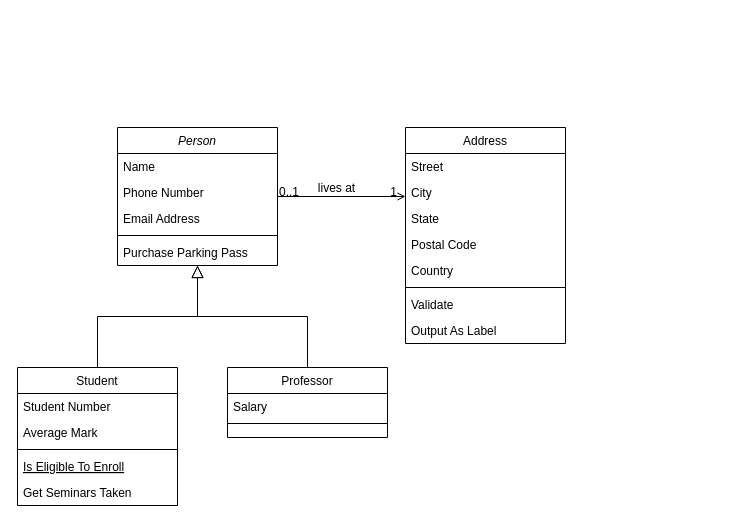
Earlier version of the draw.io diagram Diagrama sin título.drawio (ana-villalba/diagramaMER). Source tidied: cells renumbered, new cells numbered last; positions are measured from the earlier drawing's top-left corner, leaving out a move shared by most shapes. Both pictures are drawn from the tidied source at 100%, with x=0, y=0 at pixel (17, 127).
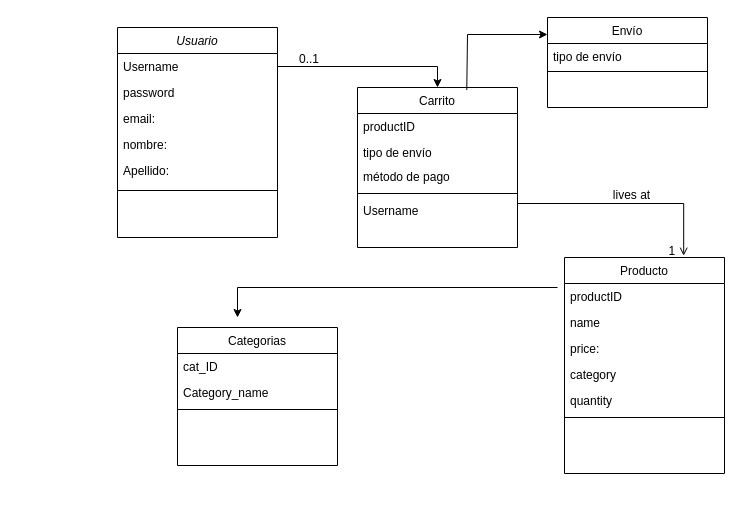
The same page after the edit.

Diff of the diagram source:
```diff
@@
-    <mxCell id="2" value="Person" style="swimlane;fontStyle=2;align=center;verticalAlign=top;horizontal=1;startSize=26;rounded=0;shadow=0;strokeWidth=1;" parent="1" vertex="1">
-      <mxGeometry x="100" width="160" height="138" as="geometry" />
+    <mxCell id="2" value="Usuario" style="swimlane;fontStyle=2;align=center;verticalAlign=top;horizontal=1;startSize=26;rounded=0;shadow=0;strokeWidth=1;" parent="1" vertex="1">
+      <mxGeometry x="100" y="-100" width="160" height="210" as="geometry" />
     </mxCell>
-    <mxCell id="3" value="Name" style="text;align=left;verticalAlign=top;spacingLeft=4;spacingRight=4;overflow=hidden;points=[[0,0.5],[1,0.5]];portConstraint=eastwest;" parent="2" vertex="1">
+    <mxCell id="3" value="Username" style="text;align=left;verticalAlign=top;spacingLeft=4;spacingRight=4;overflow=hidden;points=[[0,0.5],[1,0.5]];portConstraint=eastwest;" parent="2" vertex="1">
       <mxGeometry y="26" width="160" height="26" as="geometry" />
     </mxCell>
-    <mxCell id="4" value="Phone Number" style="text;align=left;verticalAlign=top;spacingLeft=4;spacingRight=4;overflow=hidden;rounded=0;shadow=0;html=0;" parent="2" vertex="1">
+    <mxCell id="4" value="password" style="text;align=left;verticalAlign=top;spacingLeft=4;spacingRight=4;overflow=hidden;rounded=0;shadow=0;html=0;" parent="2" vertex="1">
       <mxGeometry y="52" width="160" height="26" as="geometry" />
     </mxCell>
-    <mxCell id="5" value="Email Address" style="text;align=left;verticalAlign=top;spacingLeft=4;spacingRight=4;overflow=hidden;rounded=0;shadow=0;html=0;" parent="2" vertex="1">
-      <mxGeometry y="78" width="160" height="26" as="geometry" />
-    </mxCell>
+    <mxCell id="7" value="email:" style="text;align=left;verticalAlign=top;spacingLeft=4;spacingRight=4;overflow=hidden;" parent="2" vertex="1">
+      <mxGeometry y="78" width="160" height="26" as="geometry" />
+    </mxCell>
+    <mxCell id="32" value="nombre:" style="text;align=left;verticalAlign=top;spacingLeft=4;spacingRight=4;overflow=hidden;" parent="2" vertex="1">
+      <mxGeometry y="104" width="160" height="26" as="geometry" />
+    </mxCell>
+    <mxCell id="33" value="Apellido:" style="text;align=left;verticalAlign=top;spacingLeft=4;spacingRight=4;overflow=hidden;" parent="2" vertex="1">
+      <mxGeometry y="130" width="160" height="26" as="geometry" />
+    </mxCell>
     <mxCell id="6" style="line;html=1;strokeWidth=1;align=left;verticalAlign=middle;spacingTop=-1;spacingLeft=3;spacingRight=3;labelPosition=right;" parent="2" vertex="1">
-      <mxGeometry y="104" width="160" height="8" as="geometry" />
+      <mxGeometry y="156" width="160" height="14" as="geometry" />
     </mxCell>
-    <mxCell id="7" value="Purchase Parking Pass" style="text;align=left;verticalAlign=top;spacingLeft=4;spacingRight=4;overflow=hidden;" parent="2" vertex="1">
-      <mxGeometry y="112" width="160" height="26" as="geometry" />
-    </mxCell>
-    <mxCell id="8" value="Student" style="swimlane;fontStyle=0;align=center;verticalAlign=top;horizontal=1;startSize=26;rounded=0;shadow=0;strokeWidth=1;" parent="1" vertex="1">
-      <mxGeometry y="240" width="160" height="138" as="geometry" />
+    <mxCell id="8" value="Categorias" style="swimlane;fontStyle=0;align=center;verticalAlign=top;horizontal=1;startSize=26;rounded=0;shadow=0;strokeWidth=1;" parent="1" vertex="1">
+      <mxGeometry x="160" y="200" width="160" height="138" as="geometry" />
     </mxCell>
-    <mxCell id="9" value="Student Number" style="text;align=left;verticalAlign=top;spacingLeft=4;spacingRight=4;overflow=hidden;" parent="8" vertex="1">
+    <mxCell id="9" value="cat_ID" style="text;align=left;verticalAlign=top;spacingLeft=4;spacingRight=4;overflow=hidden;" parent="8" vertex="1">
       <mxGeometry y="26" width="160" height="26" as="geometry" />
     </mxCell>
-    <mxCell id="10" value="Average Mark" style="text;align=left;verticalAlign=top;spacingLeft=4;spacingRight=4;overflow=hidden;rounded=0;shadow=0;html=0;" parent="8" vertex="1">
+    <mxCell id="10" value="Category_name" style="text;align=left;verticalAlign=top;spacingLeft=4;spacingRight=4;overflow=hidden;rounded=0;shadow=0;html=0;" parent="8" vertex="1">
       <mxGeometry y="52" width="160" height="26" as="geometry" />
     </mxCell>
@@
-    <mxCell id="12" value="Is Eligible To Enroll" style="text;align=left;verticalAlign=top;spacingLeft=4;spacingRight=4;overflow=hidden;fontStyle=4;" parent="8" vertex="1">
-      <mxGeometry y="86" width="160" height="26" as="geometry" />
-    </mxCell>
-    <mxCell id="13" value="Get Seminars Taken" style="text;align=left;verticalAlign=top;spacingLeft=4;spacingRight=4;overflow=hidden;" parent="8" vertex="1">
-      <mxGeometry y="112" width="160" height="26" as="geometry" />
-    </mxCell>
-    <mxCell id="14" style="endArrow=block;endSize=10;endFill=0;shadow=0;strokeWidth=1;rounded=0;curved=0;edgeStyle=elbowEdgeStyle;elbow=vertical;" parent="1" edge="1" source="8" target="2">
-      <mxGeometry relative="1" as="geometry" />
-    </mxCell>
-    <mxCell id="15" value="Professor" style="swimlane;fontStyle=0;align=center;verticalAlign=top;horizontal=1;startSize=26;rounded=0;shadow=0;strokeWidth=1;" parent="1" vertex="1">
-      <mxGeometry x="210" y="240" width="160" height="70" as="geometry" />
+    <mxCell id="15" value="Carrito" style="swimlane;fontStyle=0;align=center;verticalAlign=top;horizontal=1;startSize=26;rounded=0;shadow=0;strokeWidth=1;" parent="1" vertex="1">
+      <mxGeometry x="340" y="-40" width="160" height="160" as="geometry" />
     </mxCell>
-    <mxCell id="16" value="Salary" style="text;align=left;verticalAlign=top;spacingLeft=4;spacingRight=4;overflow=hidden;" parent="15" vertex="1">
+    <mxCell id="16" value="productID" style="text;align=left;verticalAlign=top;spacingLeft=4;spacingRight=4;overflow=hidden;" parent="15" vertex="1">
       <mxGeometry y="26" width="160" height="26" as="geometry" />
     </mxCell>
+    <mxCell id="34" value="tipo de envío" style="text;align=left;verticalAlign=top;spacingLeft=4;spacingRight=4;overflow=hidden;points=[[0,0.5],[1,0.5]];portConstraint=eastwest;" parent="15" vertex="1">
+      <mxGeometry y="52" width="160" height="24" as="geometry" />
+    </mxCell>
+    <mxCell id="35" value="método de pago" style="text;align=left;verticalAlign=top;spacingLeft=4;spacingRight=4;overflow=hidden;" parent="15" vertex="1">
+      <mxGeometry y="76" width="160" height="26" as="geometry" />
+    </mxCell>
     <mxCell id="17" style="line;html=1;strokeWidth=1;align=left;verticalAlign=middle;spacingTop=-1;spacingLeft=3;spacingRight=3;labelPosition=right;" parent="15" vertex="1">
-      <mxGeometry y="52" width="160" height="8" as="geometry" />
+      <mxGeometry y="102" width="160" height="8" as="geometry" />
     </mxCell>
-    <mxCell id="18" style="endArrow=block;endSize=10;endFill=0;shadow=0;strokeWidth=1;rounded=0;curved=0;edgeStyle=elbowEdgeStyle;elbow=vertical;" parent="1" edge="1" source="15" target="2">
-      <mxGeometry relative="1" as="geometry" />
-    </mxCell>
+    <mxCell id="36" value="Username" style="text;align=left;verticalAlign=top;spacingLeft=4;spacingRight=4;overflow=hidden;" parent="15" vertex="1">
+      <mxGeometry y="110" width="160" height="26" as="geometry" />
+    </mxCell>
-    <mxCell id="19" value="Address" style="swimlane;fontStyle=0;align=center;verticalAlign=top;horizontal=1;startSize=26;rounded=0;shadow=0;strokeWidth=1;" parent="1" vertex="1">
-      <mxGeometry x="388" width="160" height="216" as="geometry" />
+    <mxCell id="19" value="Producto" style="swimlane;fontStyle=0;align=center;verticalAlign=top;horizontal=1;startSize=26;rounded=0;shadow=0;strokeWidth=1;" parent="1" vertex="1">
+      <mxGeometry x="547" y="130" width="160" height="216" as="geometry" />
     </mxCell>
-    <mxCell id="20" value="Street" style="text;align=left;verticalAlign=top;spacingLeft=4;spacingRight=4;overflow=hidden;" parent="19" vertex="1">
+    <mxCell id="20" value="productID" style="text;align=left;verticalAlign=top;spacingLeft=4;spacingRight=4;overflow=hidden;" parent="19" vertex="1">
       <mxGeometry y="26" width="160" height="26" as="geometry" />
     </mxCell>
-    <mxCell id="21" value="City" style="text;align=left;verticalAlign=top;spacingLeft=4;spacingRight=4;overflow=hidden;rounded=0;shadow=0;html=0;" parent="19" vertex="1">
+    <mxCell id="21" value="name" style="text;align=left;verticalAlign=top;spacingLeft=4;spacingRight=4;overflow=hidden;rounded=0;shadow=0;html=0;" parent="19" vertex="1">
       <mxGeometry y="52" width="160" height="26" as="geometry" />
     </mxCell>
-    <mxCell id="22" value="State" style="text;align=left;verticalAlign=top;spacingLeft=4;spacingRight=4;overflow=hidden;rounded=0;shadow=0;html=0;" parent="19" vertex="1">
+    <mxCell id="22" value="price:" style="text;align=left;verticalAlign=top;spacingLeft=4;spacingRight=4;overflow=hidden;rounded=0;shadow=0;html=0;" parent="19" vertex="1">
       <mxGeometry y="78" width="160" height="26" as="geometry" />
     </mxCell>
-    <mxCell id="23" value="Postal Code" style="text;align=left;verticalAlign=top;spacingLeft=4;spacingRight=4;overflow=hidden;rounded=0;shadow=0;html=0;" parent="19" vertex="1">
+    <mxCell id="23" value="category" style="text;align=left;verticalAlign=top;spacingLeft=4;spacingRight=4;overflow=hidden;rounded=0;shadow=0;html=0;" parent="19" vertex="1">
       <mxGeometry y="104" width="160" height="26" as="geometry" />
     </mxCell>
-    <mxCell id="24" value="Country" style="text;align=left;verticalAlign=top;spacingLeft=4;spacingRight=4;overflow=hidden;rounded=0;shadow=0;html=0;" parent="19" vertex="1">
+    <mxCell id="24" value="quantity" style="text;align=left;verticalAlign=top;spacingLeft=4;spacingRight=4;overflow=hidden;rounded=0;shadow=0;html=0;" parent="19" vertex="1">
       <mxGeometry y="130" width="160" height="26" as="geometry" />
     </mxCell>
@@
-    <mxCell id="26" value="Validate" style="text;align=left;verticalAlign=top;spacingLeft=4;spacingRight=4;overflow=hidden;" parent="19" vertex="1">
-      <mxGeometry y="164" width="160" height="26" as="geometry" />
-    </mxCell>
-    <mxCell id="27" value="Output As Label" style="text;align=left;verticalAlign=top;spacingLeft=4;spacingRight=4;overflow=hidden;" parent="19" vertex="1">
-      <mxGeometry y="190" width="160" height="26" as="geometry" />
-    </mxCell>
-    <mxCell id="28" style="endArrow=open;shadow=0;strokeWidth=1;rounded=0;curved=0;endFill=1;edgeStyle=elbowEdgeStyle;elbow=vertical;" parent="1" edge="1" source="2" target="19">
+    <mxCell id="28" style="endArrow=open;shadow=0;strokeWidth=1;rounded=0;curved=0;endFill=1;edgeStyle=elbowEdgeStyle;elbow=vertical;exitX=1;exitY=0.5;exitDx=0;exitDy=0;" parent="1" edge="1" source="34">
       <mxGeometry x="0.5" y="41" relative="1" as="geometry">
+        <mxPoint x="666.2" y="128.2" as="targetPoint" />
         <mxPoint x="-40" y="32" as="offset" />
       </mxGeometry>
     </mxCell>
     <mxCell id="29" value="0..1" style="align=left;verticalAlign=bottom;labelBackgroundColor=none;fontSize=12;" parent="28" vertex="1">
       <mxGeometry x="-1" relative="1" as="geometry">
-        <mxPoint y="4" as="offset" />
+        <mxPoint x="-220" y="-84" as="offset" />
       </mxGeometry>
     </mxCell>
@@
+    <mxCell id="37" style="edgeStyle=orthogonalEdgeStyle;rounded=0;jettySize=auto;html=1;exitX=1;exitY=0.5;exitDx=0;exitDy=0;entryX=0.5;entryY=0;entryDx=0;entryDy=0;" parent="1" edge="1" source="3" target="15">
+      <mxGeometry relative="1" as="geometry" />
+    </mxCell>
+    <mxCell id="38" style="endArrow=classic;html=1;rounded=0;" parent="1" edge="1">
+      <mxGeometry relative="1" as="geometry">
+        <mxPoint x="540" y="160" as="sourcePoint" />
+        <mxPoint x="220" y="190" as="targetPoint" />
+        <Array as="points">
+          <mxPoint x="220" y="160" />
+        </Array>
+      </mxGeometry>
+    </mxCell>
+    <mxCell id="39" value="Envío" style="swimlane;fontStyle=0;align=center;verticalAlign=top;horizontal=1;startSize=26;rounded=0;shadow=0;strokeWidth=1;" parent="1" vertex="1">
+      <mxGeometry x="530" y="-110" width="160" height="90" as="geometry" />
+    </mxCell>
+    <mxCell id="40" value="tipo de envío" style="text;align=left;verticalAlign=top;spacingLeft=4;spacingRight=4;overflow=hidden;" parent="39" vertex="1">
+      <mxGeometry y="26" width="160" height="24" as="geometry" />
+    </mxCell>
+    <mxCell id="41" style="line;html=1;strokeWidth=1;align=left;verticalAlign=middle;spacingTop=-1;spacingLeft=3;spacingRight=3;labelPosition=right;" parent="39" vertex="1">
+      <mxGeometry y="50" width="160" height="8" as="geometry" />
+    </mxCell>
+    <mxCell id="42" style="endArrow=classic;html=1;rounded=0;exitX=0.683;exitY=0.016;exitDx=0;exitDy=0;exitPerimeter=0;entryX=0;entryY=0.189;entryDx=0;entryDy=0;entryPerimeter=0;" parent="1" edge="1" source="15" target="39">
+      <mxGeometry relative="1" as="geometry">
+        <Array as="points">
+          <mxPoint x="450" y="-93" />
+        </Array>
+      </mxGeometry>
+    </mxCell>
```
